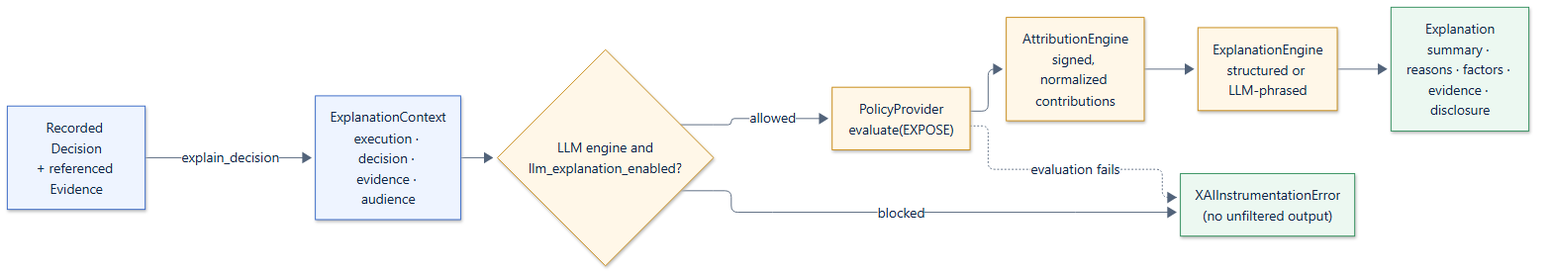
The Mermaid diagram docs/assets/diagrams/explanation-flow.png in smuniharish/agxai, before a commit. Its source is kept beside it as diagrams/explanation-flow.mmd. Source of this version:
```mermaid
flowchart LR
    classDef core fill:#eef4ff,stroke:#3567c7,color:#0f2547
    classDef provider fill:#fff7e8,stroke:#c98a12,color:#0f2547
    classDef outcome fill:#ecf8f1,stroke:#2f8f5b,color:#0f2547

    decision["Recorded Decision<br/>+ referenced Evidence"]:::core
    context["ExplanationContext<br/>execution · decision · evidence · audience"]:::core
    gate{"LLM engine and<br/>llm_explanation_enabled?"}:::provider
    policy["PolicyProvider<br/>evaluate(EXPOSE)"]:::provider
    attribution["AttributionEngine<br/>signed, normalized contributions"]:::provider
    engine["ExplanationEngine<br/>structured or LLM-phrased"]:::provider
    result["Explanation<br/>summary · reasons · factors · evidence · disclosure"]:::outcome
    refused["XAIInstrumentationError<br/>(no unfiltered output)"]:::outcome

    decision -- "explain_decision" --> context --> gate
    gate -- "allowed" --> policy --> attribution --> engine --> result
    gate -- "blocked" --> refused
    policy -. "evaluation fails" .-> refused
```
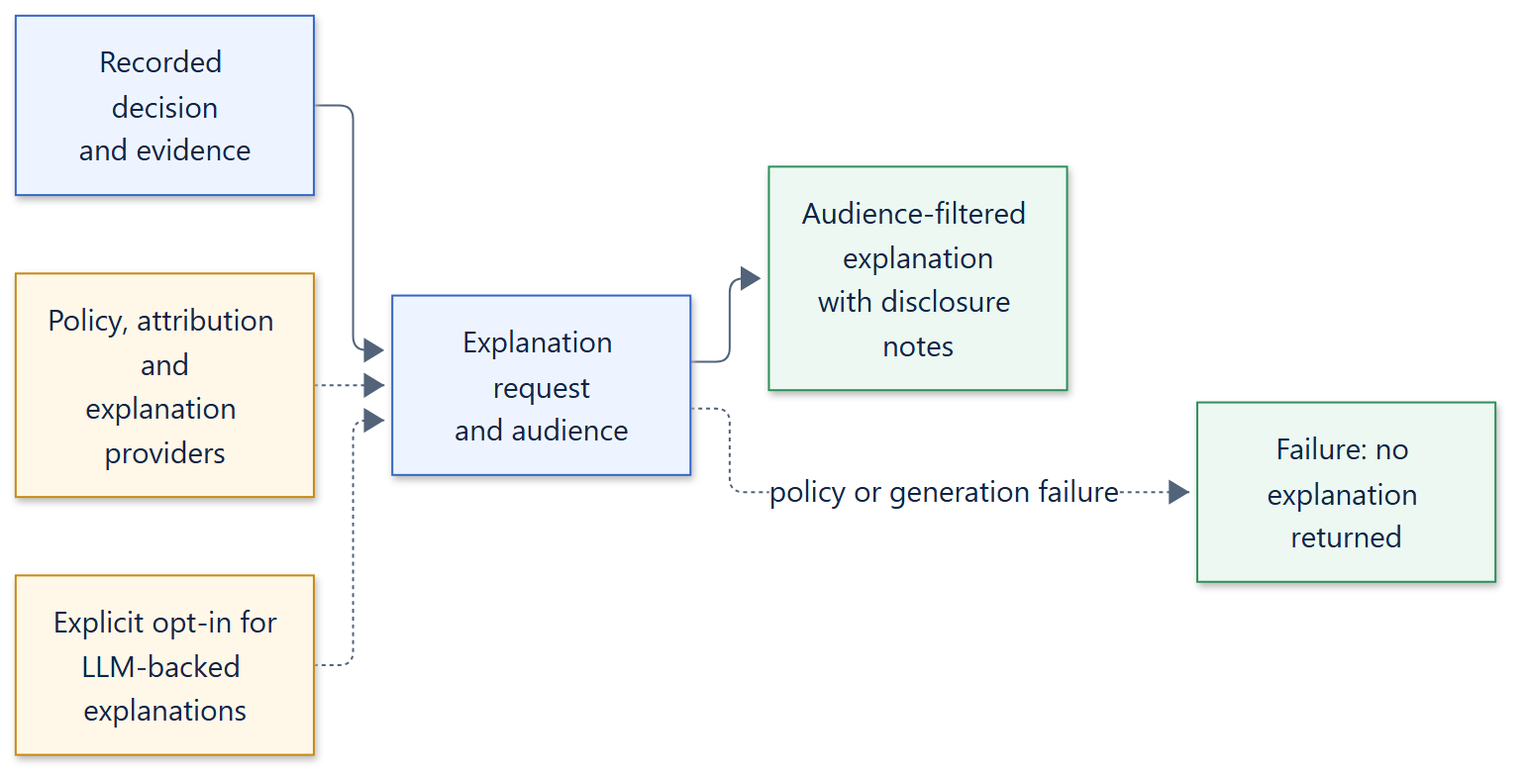
After the commit.

The edit, as a diff of the source:
```diff
@@ -3,16 +3,15 @@
     classDef provider fill:#fff7e8,stroke:#c98a12,color:#0f2547
     classDef outcome fill:#ecf8f1,stroke:#2f8f5b,color:#0f2547
 
-    decision["Recorded Decision<br/>+ referenced Evidence"]:::core
-    context["ExplanationContext<br/>execution · decision · evidence · audience"]:::core
-    gate{"LLM engine and<br/>llm_explanation_enabled?"}:::provider
-    policy["PolicyProvider<br/>evaluate(EXPOSE)"]:::provider
-    attribution["AttributionEngine<br/>signed, normalized contributions"]:::provider
-    engine["ExplanationEngine<br/>structured or LLM-phrased"]:::provider
-    result["Explanation<br/>summary · reasons · factors · evidence · disclosure"]:::outcome
-    refused["XAIInstrumentationError<br/>(no unfiltered output)"]:::outcome
+    records["Recorded decision<br/>and evidence"]:::core
+    request["Explanation request<br/>and audience"]:::core
+    providers["Policy, attribution and<br/>explanation providers"]:::provider
+    optin["Explicit opt-in for<br/>LLM-backed explanations"]:::provider
+    result["Audience-filtered explanation<br/>with disclosure notes"]:::outcome
+    refused["Failure: no explanation returned"]:::outcome
 
-    decision -- "explain_decision" --> context --> gate
-    gate -- "allowed" --> policy --> attribution --> engine --> result
-    gate -- "blocked" --> refused
-    policy -. "evaluation fails" .-> refused
+    records --> request
+    providers -.-> request
+    optin -.-> request
+    request --> result
+    request -. "policy or generation failure" .-> refused
```
